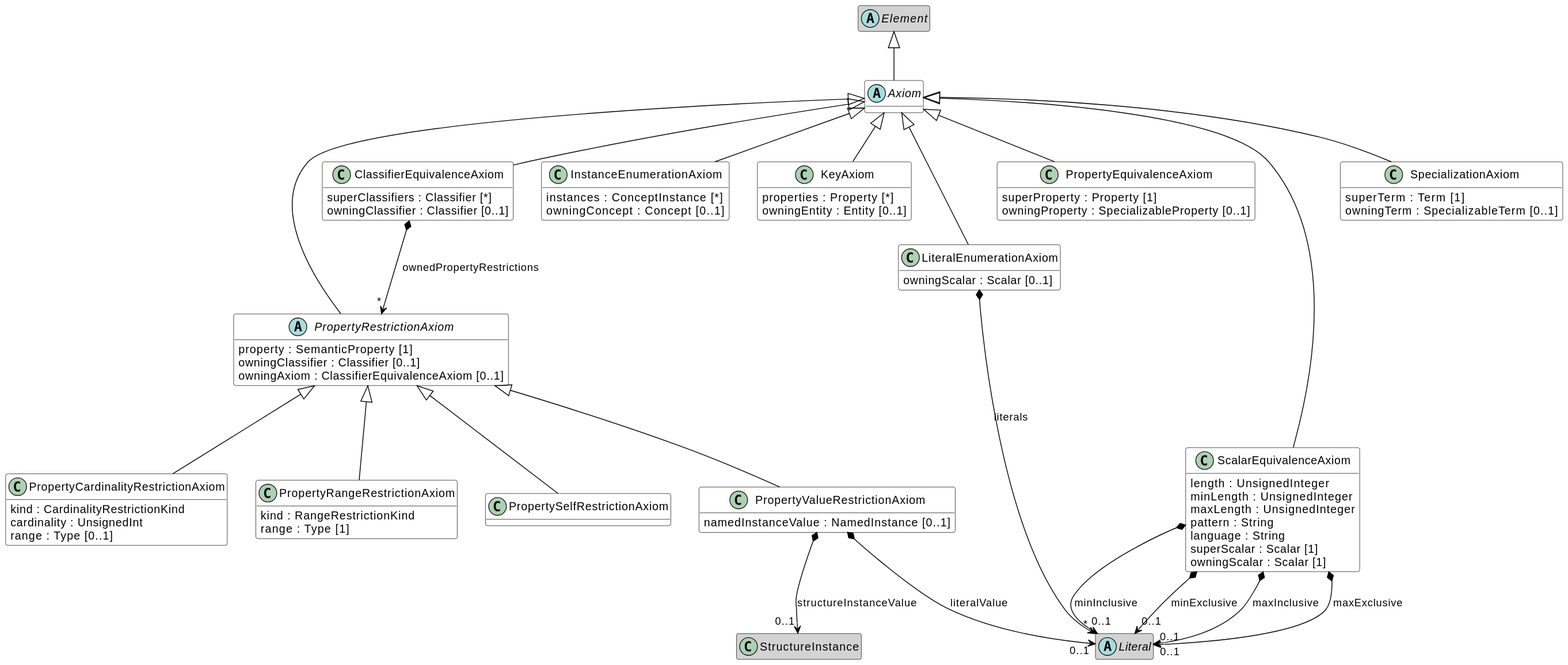
This is images/oml-Axioms.svg from opencaesar/oml, a PlantUML export, as it was before one commit.
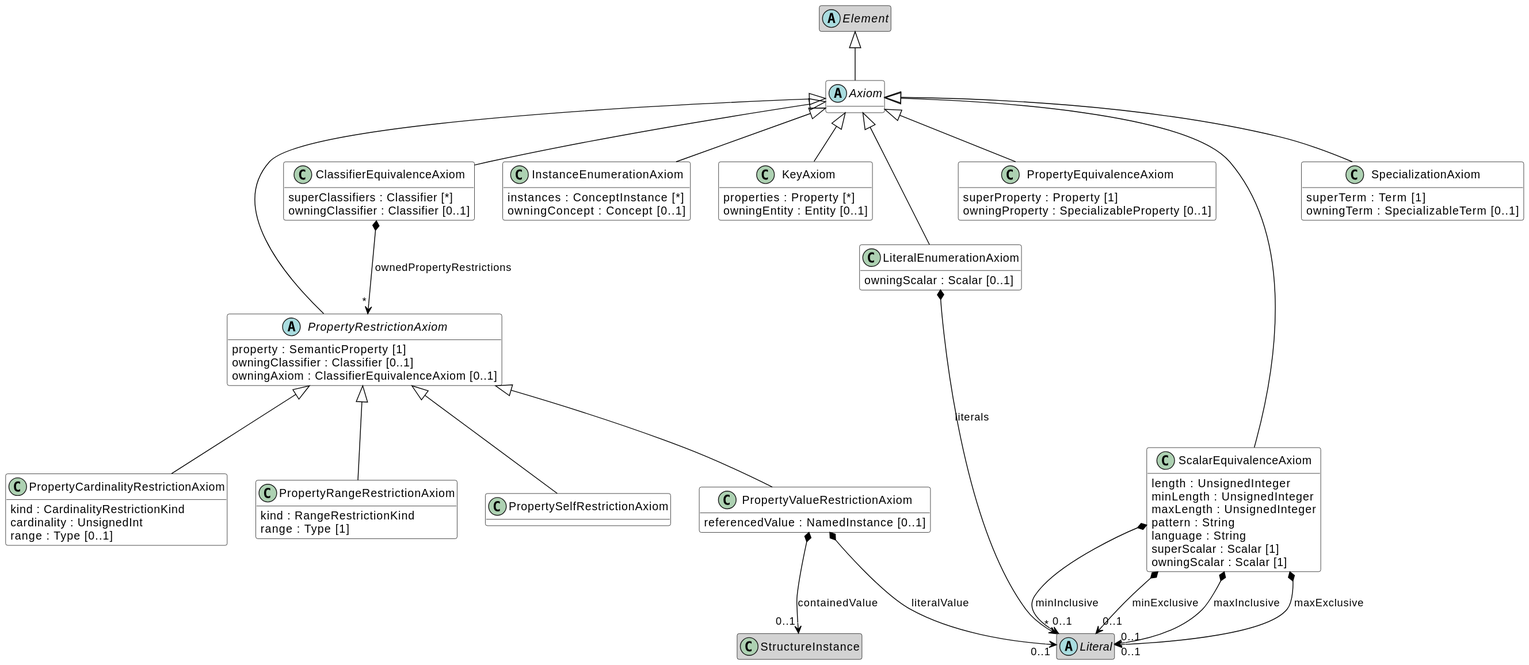
After the change.

What changed in the source:
```diff
@@ -58,7 +58,7 @@
 }
 PropertySelfRestrictionAxiom -up-|> PropertyRestrictionAxiom [[#PropertyRestrictionAxiom]]
 class PropertyValueRestrictionAxiom [[#PropertyValueRestrictionAxiom]] #white {
-	namedInstanceValue : NamedInstance [0..1]
+	referencedValue : NamedInstance [0..1]
 }
 abstract class Literal [[#Literal]]
 hide Literal members
@@ -66,7 +66,7 @@
 hide StructureInstance members
 PropertyValueRestrictionAxiom -up-|> PropertyRestrictionAxiom [[#PropertyRestrictionAxiom]]
 PropertyValueRestrictionAxiom *--> "0..1" Literal : literalValue
-PropertyValueRestrictionAxiom *--> "0..1" StructureInstance : structureInstanceValue
+PropertyValueRestrictionAxiom *--> "0..1" StructureInstance : containedValue
 class ScalarEquivalenceAxiom [[#ScalarEquivalenceAxiom]] #white {
 	length : UnsignedInteger
 	minLength : UnsignedInteger
```
